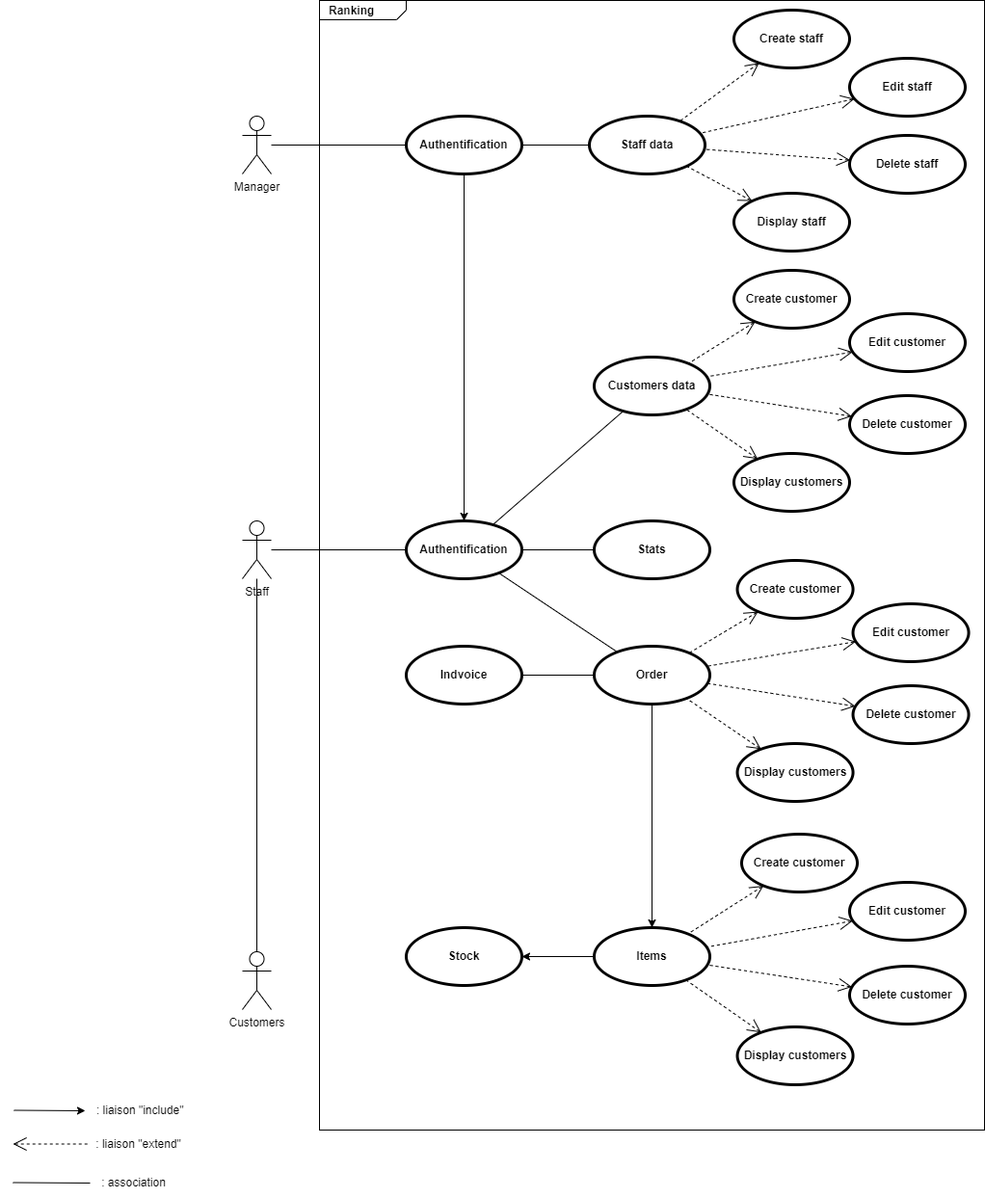
The draw.io diagram Diagrammes/Diag use case.png in pierre1316/Projet-POO-CPP-CLI, before a commit. Source tidied: cells renumbered, new cells last; positions are measured from the earlier drawing's top-left corner, leaving out a move shared by most shapes.
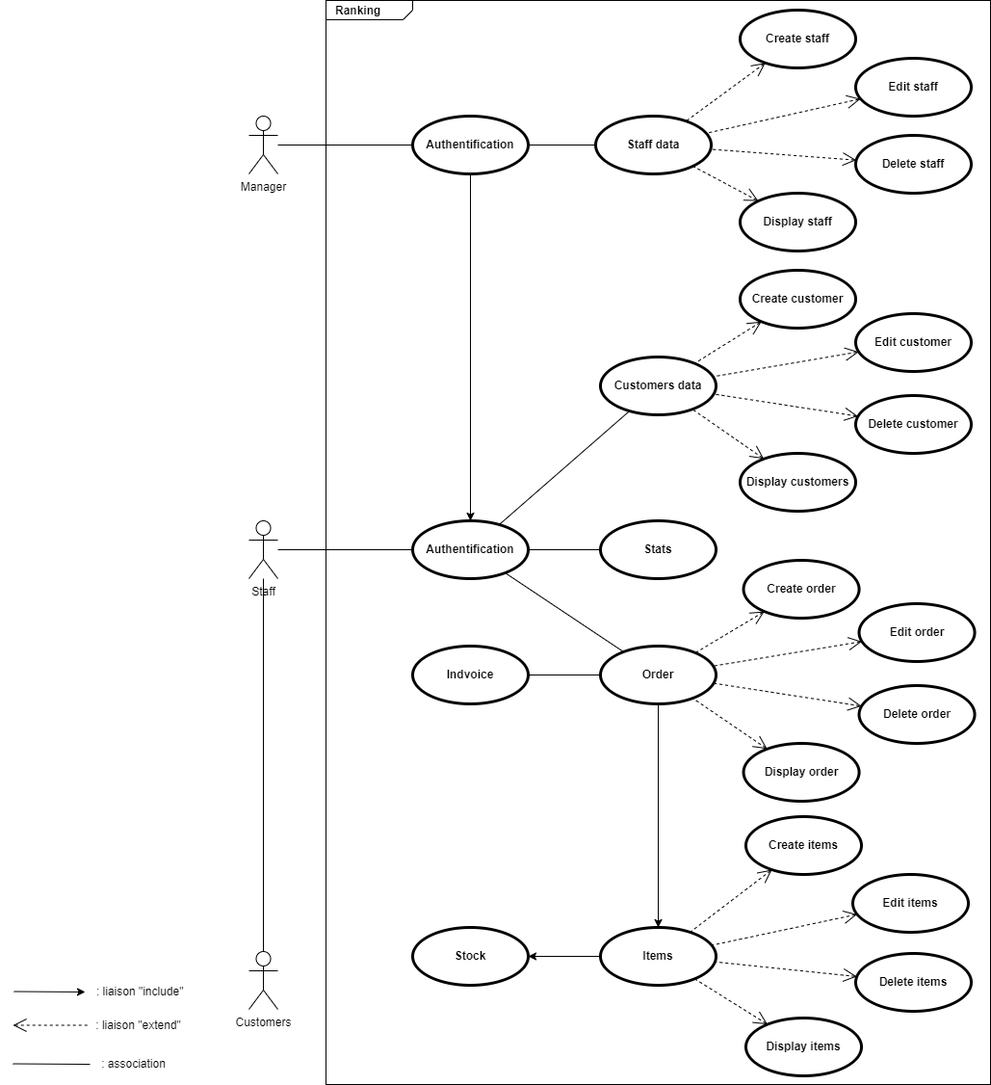
The same diagram one commit later.

The edit, as a diff of the source:
```diff
@@ -3,7 +3,7 @@
     <mxCell id="0" />
     <mxCell id="1" parent="0" />
     <mxCell id="2" value="&lt;p style=&quot;margin:0px;margin-top:4px;margin-left:10px;text-align:left;&quot;&gt;&lt;b&gt;Ranking&lt;/b&gt;&lt;/p&gt;" style="html=1;shape=mxgraph.sysml.package;html=1;overflow=fill;whiteSpace=wrap;fillColor=none;" parent="1" vertex="1">
-      <mxGeometry x="318" width="690" height="1172" as="geometry" />
+      <mxGeometry x="318" width="690" height="1125" as="geometry" />
     </mxCell>
     <mxCell id="3" value="Staff" style="shape=umlActor;html=1;verticalLabelPosition=bottom;verticalAlign=top;align=center;fillColor=none;" parent="1" vertex="1">
       <mxGeometry x="238" y="540" width="30" height="60" as="geometry" />
@@ -54,13 +54,13 @@
       <mxGeometry x="238" y="120" width="30" height="60" as="geometry" />
     </mxCell>
     <mxCell id="19" value="&amp;nbsp;: liaison &quot;include&quot;" style="text;html=1;align=center;verticalAlign=middle;strokeColor=none;fillColor=none;" parent="1" vertex="1">
-      <mxGeometry x="70" y="1137" width="120" height="30" as="geometry" />
+      <mxGeometry x="63" y="1014" width="120" height="30" as="geometry" />
     </mxCell>
     <mxCell id="20" value=": liaison &quot;extend&quot;" style="text;html=1;align=center;verticalAlign=middle;strokeColor=none;fillColor=none;" parent="1" vertex="1">
-      <mxGeometry x="75" y="1172" width="110" height="30" as="geometry" />
+      <mxGeometry x="68" y="1049" width="110" height="30" as="geometry" />
     </mxCell>
     <mxCell id="21" value=": association" style="text;html=1;align=center;verticalAlign=middle;strokeColor=none;fillColor=none;" parent="1" vertex="1">
-      <mxGeometry x="80" y="1212" width="90" height="30" as="geometry" />
+      <mxGeometry x="73" y="1089" width="90" height="30" as="geometry" />
     </mxCell>
     <mxCell id="22" style="edgeStyle=none;html=1;endArrow=none;verticalAlign=bottom;rounded=0;entryX=0.5;entryY=0;entryDx=0;entryDy=0;entryPerimeter=0;" parent="1" edge="1" source="3" target="17">
       <mxGeometry relative="1" as="geometry" />
@@ -94,14 +94,14 @@
     </mxCell>
     <mxCell id="32" style="edgeStyle=none;html=1;startArrow=open;endArrow=none;startSize=12;verticalAlign=bottom;dashed=1;labelBackgroundColor=none;rounded=0;" parent="1" edge="1">
       <mxGeometry relative="1" as="geometry">
-        <mxPoint y="1186.5" as="sourcePoint" />
-        <mxPoint x="80" y="1186.5" as="targetPoint" />
+        <mxPoint x="-7" y="1063.5" as="sourcePoint" />
+        <mxPoint x="73" y="1063.5" as="targetPoint" />
       </mxGeometry>
     </mxCell>
     <mxCell id="33" style="edgeStyle=none;html=1;endArrow=none;verticalAlign=bottom;rounded=0;" parent="1" edge="1">
       <mxGeometry relative="1" as="geometry">
-        <mxPoint y="1226.5" as="sourcePoint" />
-        <mxPoint x="80" y="1227" as="targetPoint" />
+        <mxPoint x="-7" y="1103.5" as="sourcePoint" />
+        <mxPoint x="73" y="1104" as="targetPoint" />
       </mxGeometry>
     </mxCell>
     <mxCell id="34" style="edgeStyle=none;html=1;startArrow=open;endArrow=none;startSize=12;verticalAlign=bottom;dashed=1;labelBackgroundColor=none;rounded=0;" parent="1" edge="1" source="15" target="23">
@@ -136,8 +136,8 @@
     </mxCell>
     <mxCell id="44" style="endArrow=classic;html=1;rounded=0;" parent="1" edge="1">
       <mxGeometry relative="1" as="geometry">
-        <mxPoint x="1" y="1151.5" as="sourcePoint" />
-        <mxPoint x="75" y="1152" as="targetPoint" />
+        <mxPoint x="-6" y="1028.5" as="sourcePoint" />
+        <mxPoint x="68" y="1029" as="targetPoint" />
       </mxGeometry>
     </mxCell>
     <mxCell id="45" style="endArrow=classic;html=1;rounded=0;" parent="1" edge="1" source="24" target="25">
@@ -149,16 +149,16 @@
     <mxCell id="47" style="endArrow=none;html=1;rounded=0;" parent="1" edge="1" source="46" target="5">
       <mxGeometry relative="1" as="geometry" />
     </mxCell>
-    <mxCell id="48" value="Edit customer" style="shape=ellipse;html=1;strokeWidth=3;fontStyle=1;whiteSpace=wrap;align=center;perimeter=ellipsePerimeter;fillColor=none;" parent="1" vertex="1">
+    <mxCell id="48" value="Edit order" style="shape=ellipse;html=1;strokeWidth=3;fontStyle=1;whiteSpace=wrap;align=center;perimeter=ellipsePerimeter;fillColor=none;" parent="1" vertex="1">
       <mxGeometry x="871.6" y="626" width="120" height="60" as="geometry" />
     </mxCell>
-    <mxCell id="49" value="Delete customer" style="shape=ellipse;html=1;strokeWidth=3;fontStyle=1;whiteSpace=wrap;align=center;perimeter=ellipsePerimeter;fillColor=none;" parent="1" vertex="1">
+    <mxCell id="49" value="Delete order" style="shape=ellipse;html=1;strokeWidth=3;fontStyle=1;whiteSpace=wrap;align=center;perimeter=ellipsePerimeter;fillColor=none;" parent="1" vertex="1">
       <mxGeometry x="871.6" y="711" width="120" height="60" as="geometry" />
     </mxCell>
-    <mxCell id="50" value="Display customers" style="shape=ellipse;html=1;strokeWidth=3;fontStyle=1;whiteSpace=wrap;align=center;perimeter=ellipsePerimeter;fillColor=none;" parent="1" vertex="1">
+    <mxCell id="50" value="Display order" style="shape=ellipse;html=1;strokeWidth=3;fontStyle=1;whiteSpace=wrap;align=center;perimeter=ellipsePerimeter;fillColor=none;" parent="1" vertex="1">
       <mxGeometry x="751.6" y="771" width="120" height="60" as="geometry" />
     </mxCell>
-    <mxCell id="51" value="Create customer" style="shape=ellipse;html=1;strokeWidth=3;fontStyle=1;whiteSpace=wrap;align=center;perimeter=ellipsePerimeter;fillColor=none;" parent="1" vertex="1">
+    <mxCell id="51" value="Create order" style="shape=ellipse;html=1;strokeWidth=3;fontStyle=1;whiteSpace=wrap;align=center;perimeter=ellipsePerimeter;fillColor=none;" parent="1" vertex="1">
       <mxGeometry x="751.6" y="581" width="120" height="60" as="geometry" />
     </mxCell>
     <mxCell id="52" style="edgeStyle=none;html=1;startArrow=open;endArrow=none;startSize=12;verticalAlign=bottom;dashed=1;labelBackgroundColor=none;rounded=0;" parent="1" edge="1" source="51" target="5">
@@ -173,17 +173,17 @@
     <mxCell id="55" style="edgeStyle=none;html=1;startArrow=open;endArrow=none;startSize=12;verticalAlign=bottom;dashed=1;labelBackgroundColor=none;rounded=0;" parent="1" edge="1" source="50" target="5">
       <mxGeometry x="-0.18" y="13" relative="1" as="geometry" />
     </mxCell>
-    <mxCell id="56" value="Edit customer" style="shape=ellipse;html=1;strokeWidth=3;fontStyle=1;whiteSpace=wrap;align=center;perimeter=ellipsePerimeter;fillColor=none;" parent="1" vertex="1">
-      <mxGeometry x="868" y="915" width="120" height="60" as="geometry" />
+    <mxCell id="56" value="Edit items" style="shape=ellipse;html=1;strokeWidth=3;fontStyle=1;whiteSpace=wrap;align=center;perimeter=ellipsePerimeter;fillColor=none;" parent="1" vertex="1">
+      <mxGeometry x="865" y="907" width="120" height="60" as="geometry" />
     </mxCell>
-    <mxCell id="57" value="Delete customer" style="shape=ellipse;html=1;strokeWidth=3;fontStyle=1;whiteSpace=wrap;align=center;perimeter=ellipsePerimeter;fillColor=none;" parent="1" vertex="1">
-      <mxGeometry x="868" y="1002" width="120" height="60" as="geometry" />
+    <mxCell id="57" value="Delete items" style="shape=ellipse;html=1;strokeWidth=3;fontStyle=1;whiteSpace=wrap;align=center;perimeter=ellipsePerimeter;fillColor=none;" parent="1" vertex="1">
+      <mxGeometry x="868" y="989" width="120" height="60" as="geometry" />
     </mxCell>
-    <mxCell id="58" value="Display customers" style="shape=ellipse;html=1;strokeWidth=3;fontStyle=1;whiteSpace=wrap;align=center;perimeter=ellipsePerimeter;fillColor=none;" parent="1" vertex="1">
-      <mxGeometry x="751.6" y="1065" width="120" height="60" as="geometry" />
+    <mxCell id="58" value="Display items" style="shape=ellipse;html=1;strokeWidth=3;fontStyle=1;whiteSpace=wrap;align=center;perimeter=ellipsePerimeter;fillColor=none;" parent="1" vertex="1">
+      <mxGeometry x="754" y="1056" width="120" height="60" as="geometry" />
     </mxCell>
-    <mxCell id="59" value="Create customer" style="shape=ellipse;html=1;strokeWidth=3;fontStyle=1;whiteSpace=wrap;align=center;perimeter=ellipsePerimeter;fillColor=none;" parent="1" vertex="1">
-      <mxGeometry x="756" y="865" width="120" height="60" as="geometry" />
+    <mxCell id="59" value="Create items" style="shape=ellipse;html=1;strokeWidth=3;fontStyle=1;whiteSpace=wrap;align=center;perimeter=ellipsePerimeter;fillColor=none;" parent="1" vertex="1">
+      <mxGeometry x="754" y="847" width="120" height="60" as="geometry" />
     </mxCell>
     <mxCell id="60" style="edgeStyle=none;html=1;startArrow=open;endArrow=none;startSize=12;verticalAlign=bottom;dashed=1;labelBackgroundColor=none;rounded=0;" parent="1" edge="1" source="59" target="6">
       <mxGeometry x="-0.18" y="13" relative="1" as="geometry" />
```
